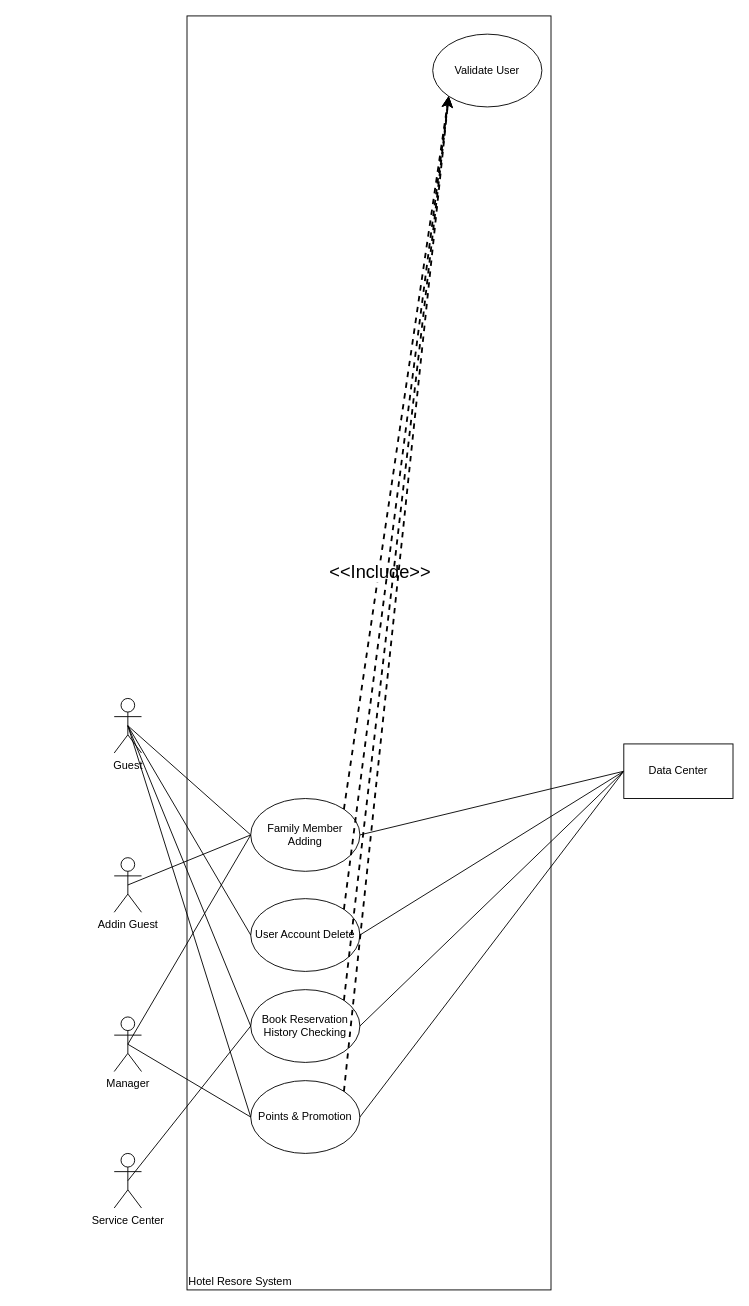
zzhiyuan59/CS3704 keeps this draw.io diagram as Use Case Diagram.drawio. Above is the earlier version. Source tidied: cells renumbered, new cells numbered last; positions are measured from the earlier drawing's top-left corner, leaving out a move shared by most shapes. Both pictures are drawn from the tidied source at 91%, with x=0, y=0 at pixel (114, 15).
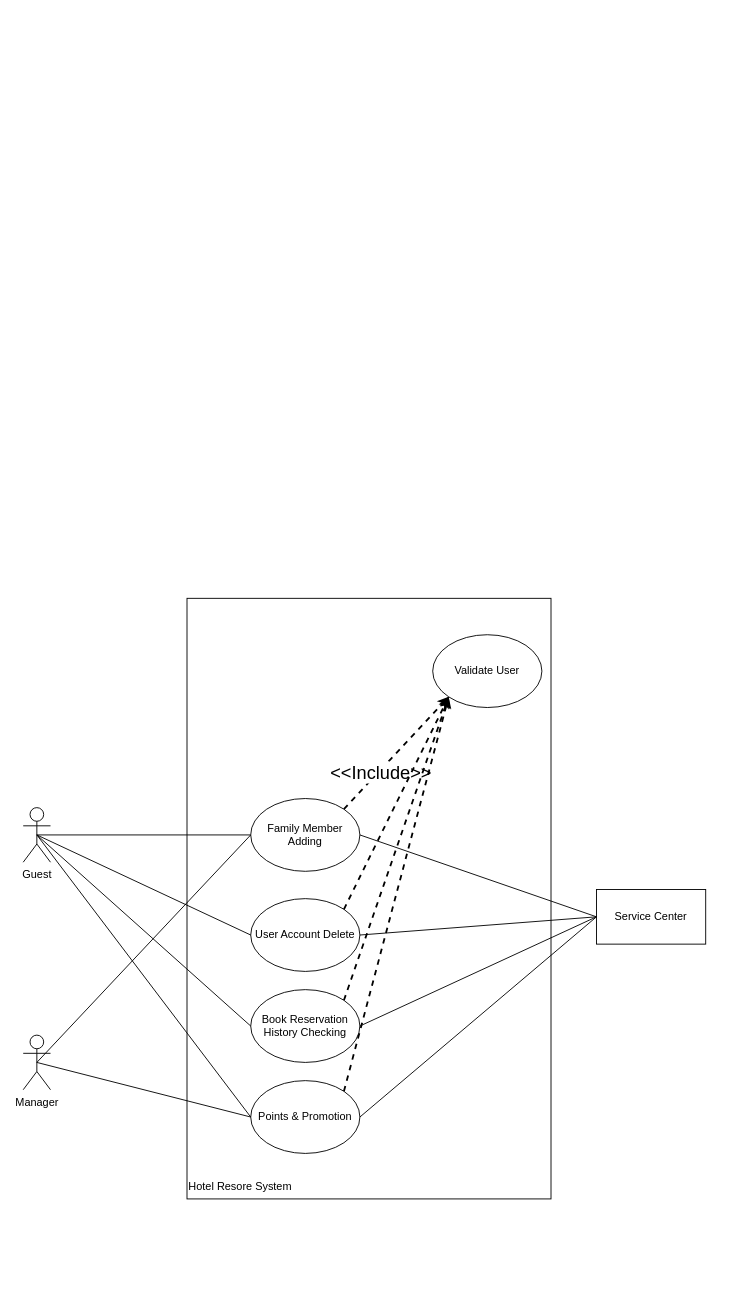
Above is the later version.

Diff of the diagram source:
```diff
@@
-    <mxCell id="2" value="Guest" style="shape=umlActor;verticalLabelPosition=bottom;verticalAlign=top;html=1;outlineConnect=0;" parent="1" vertex="1">
-      <mxGeometry y="750" width="30" height="60" as="geometry" />
+    <mxCell id="2" value="Guest" style="shape=umlActor;verticalLabelPosition=bottom;verticalAlign=top;html=1;outlineConnect=0;fillColor=none;" parent="1" vertex="1">
+      <mxGeometry x="-100" y="870" width="30" height="60" as="geometry" />
     </mxCell>
-    <mxCell id="3" value="&lt;br&gt;&lt;br&gt;&lt;br&gt;&lt;br&gt;&lt;br&gt;&lt;br&gt;&lt;br&gt;&lt;br&gt;&lt;br&gt;&lt;br&gt;&lt;br&gt;&lt;br&gt;&lt;br&gt;&lt;br&gt;&lt;br&gt;&lt;br&gt;&lt;br&gt;&lt;br&gt;&lt;br&gt;&lt;br&gt;&lt;br&gt;&lt;br&gt;&lt;br&gt;&lt;br&gt;&lt;br&gt;&lt;br&gt;&lt;br&gt;&lt;br&gt;&lt;br&gt;&lt;br&gt;&lt;br&gt;&lt;br&gt;&lt;br&gt;&lt;br&gt;&lt;br&gt;&lt;br&gt;&lt;br&gt;&lt;br&gt;&lt;br&gt;&lt;br&gt;&lt;br&gt;&lt;br&gt;&lt;br&gt;&lt;br&gt;&lt;br&gt;&lt;br&gt;&lt;br&gt;&lt;br&gt;&lt;br&gt;&lt;br&gt;&lt;br&gt;&lt;br&gt;&lt;br&gt;&lt;br&gt;&lt;br&gt;&lt;br&gt;&lt;br&gt;&lt;br&gt;&lt;br&gt;&lt;br&gt;&lt;br&gt;&lt;br&gt;&lt;br&gt;&lt;br&gt;&lt;br&gt;&lt;br&gt;&lt;br&gt;&lt;br&gt;&lt;br&gt;&lt;br&gt;&lt;br&gt;&lt;br&gt;&lt;br&gt;&lt;br&gt;&lt;br&gt;&lt;br&gt;&lt;br&gt;&lt;br&gt;&lt;br&gt;&lt;br&gt;&lt;br&gt;&lt;br&gt;&lt;br&gt;&lt;br&gt;&lt;br&gt;&lt;br&gt;&lt;br&gt;&lt;br&gt;&lt;br&gt;&lt;br&gt;&lt;br&gt;&lt;br&gt;&lt;br&gt;&lt;br&gt;&lt;br&gt;&lt;br&gt;Hotel Resore System" style="rounded=0;whiteSpace=wrap;html=1;fillColor=none;align=left;" parent="1" vertex="1">
-      <mxGeometry x="80" width="400" height="1400" as="geometry" />
+    <mxCell id="3" value="&lt;br&gt;&lt;br&gt;&lt;br&gt;&lt;br&gt;&lt;br&gt;&lt;br&gt;&lt;br&gt;&lt;br&gt;&lt;br&gt;&lt;br&gt;&lt;br&gt;&lt;br&gt;&lt;br&gt;&lt;br&gt;&lt;br&gt;&lt;br&gt;&lt;br&gt;&lt;br&gt;&lt;br&gt;&lt;br&gt;&lt;br&gt;&lt;br&gt;&lt;br&gt;&lt;br&gt;&lt;br&gt;&lt;br&gt;&lt;br&gt;&lt;br&gt;&lt;br&gt;&lt;br&gt;&lt;br&gt;&lt;br&gt;&lt;br&gt;&lt;br&gt;&lt;br&gt;&lt;br&gt;&lt;br&gt;&lt;br&gt;&lt;br&gt;&lt;br&gt;&lt;br&gt;&lt;br&gt;&lt;br&gt;&lt;br&gt;Hotel Resore System" style="rounded=0;whiteSpace=wrap;html=1;fillColor=none;align=left;" parent="1" vertex="1">
+      <mxGeometry x="80" y="640" width="400" height="660" as="geometry" />
     </mxCell>
-    <mxCell id="4" value="Family Member Adding" style="ellipse;whiteSpace=wrap;html=1;" parent="1" vertex="1">
+    <mxCell id="4" value="Family Member Adding" style="ellipse;whiteSpace=wrap;html=1;fillColor=none;" parent="1" vertex="1">
       <mxGeometry x="150" y="860" width="120" height="80" as="geometry" />
     </mxCell>
@@
-    <mxCell id="6" value="Validate User" style="ellipse;whiteSpace=wrap;html=1;" parent="1" vertex="1">
-      <mxGeometry x="350" y="20" width="120" height="80" as="geometry" />
+    <mxCell id="6" value="Validate User" style="ellipse;whiteSpace=wrap;html=1;fillColor=none;" parent="1" vertex="1">
+      <mxGeometry x="350" y="680" width="120" height="80" as="geometry" />
     </mxCell>
-    <mxCell id="7" value="&lt;div&gt;User Account Delete&lt;/div&gt;" style="ellipse;whiteSpace=wrap;html=1;" parent="1" vertex="1">
+    <mxCell id="7" value="&lt;div&gt;User Account Delete&lt;/div&gt;" style="ellipse;whiteSpace=wrap;html=1;fillColor=none;" parent="1" vertex="1">
       <mxGeometry x="150" y="970" width="120" height="80" as="geometry" />
     </mxCell>
-    <mxCell id="8" value="&lt;div&gt;Book Reservation History Checking&lt;/div&gt;" style="ellipse;whiteSpace=wrap;html=1;" parent="1" vertex="1">
+    <mxCell id="8" value="&lt;div&gt;Book Reservation History Checking&lt;/div&gt;" style="ellipse;whiteSpace=wrap;html=1;fillColor=none;" parent="1" vertex="1">
       <mxGeometry x="150" y="1070" width="120" height="80" as="geometry" />
     </mxCell>
-    <mxCell id="9" value="&lt;div&gt;Points &amp;amp; Promotion&lt;/div&gt;" style="ellipse;whiteSpace=wrap;html=1;" parent="1" vertex="1">
+    <mxCell id="9" value="&lt;div&gt;Points &amp;amp; Promotion&lt;/div&gt;" style="ellipse;whiteSpace=wrap;html=1;fillColor=none;" parent="1" vertex="1">
       <mxGeometry x="150" y="1170" width="120" height="80" as="geometry" />
     </mxCell>
-    <mxCell id="10" value="Addin Guest" style="shape=umlActor;verticalLabelPosition=bottom;verticalAlign=top;html=1;outlineConnect=0;" parent="1" vertex="1">
-      <mxGeometry y="925" width="30" height="60" as="geometry" />
-    </mxCell>
-    <mxCell id="11" style="endArrow=none;html=1;rounded=0;entryX=0;entryY=0.5;entryDx=0;entryDy=0;exitX=0.5;exitY=0.5;exitDx=0;exitDy=0;exitPerimeter=0;" parent="1" edge="1" source="10" target="4">
-      <mxGeometry relative="1" as="geometry" />
-    </mxCell>
@@
-    <mxCell id="18" value="Manager" style="shape=umlActor;verticalLabelPosition=bottom;verticalAlign=top;html=1;outlineConnect=0;" parent="1" vertex="1">
-      <mxGeometry y="1100" width="30" height="60" as="geometry" />
+    <mxCell id="18" value="Manager" style="shape=umlActor;verticalLabelPosition=bottom;verticalAlign=top;html=1;outlineConnect=0;fillColor=none;" parent="1" vertex="1">
+      <mxGeometry x="-100" y="1120" width="30" height="60" as="geometry" />
     </mxCell>
@@
-    <mxCell id="23" style="rounded=0;jettySize=auto;html=1;exitX=0.5;exitY=0.5;exitDx=0;exitDy=0;exitPerimeter=0;entryX=0;entryY=0.5;entryDx=0;entryDy=0;startArrow=none;startFill=0;endArrow=none;endFill=0;" parent="1" edge="1" source="24" target="8">
-      <mxGeometry relative="1" as="geometry" />
-    </mxCell>
-    <mxCell id="24" value="Service Center" style="shape=umlActor;verticalLabelPosition=bottom;verticalAlign=top;html=1;outlineConnect=0;" parent="1" vertex="1">
-      <mxGeometry y="1250" width="30" height="60" as="geometry" />
-    </mxCell>
@@
-    <mxCell id="29" value="Data Center" style="rounded=0;whiteSpace=wrap;html=1;" parent="1" vertex="1">
-      <mxGeometry x="560" y="800" width="120" height="60" as="geometry" />
+    <mxCell id="29" value="Service Center" style="rounded=0;whiteSpace=wrap;html=1;fillColor=none;" parent="1" vertex="1">
+      <mxGeometry x="530" y="960" width="120" height="60" as="geometry" />
     </mxCell>
```
